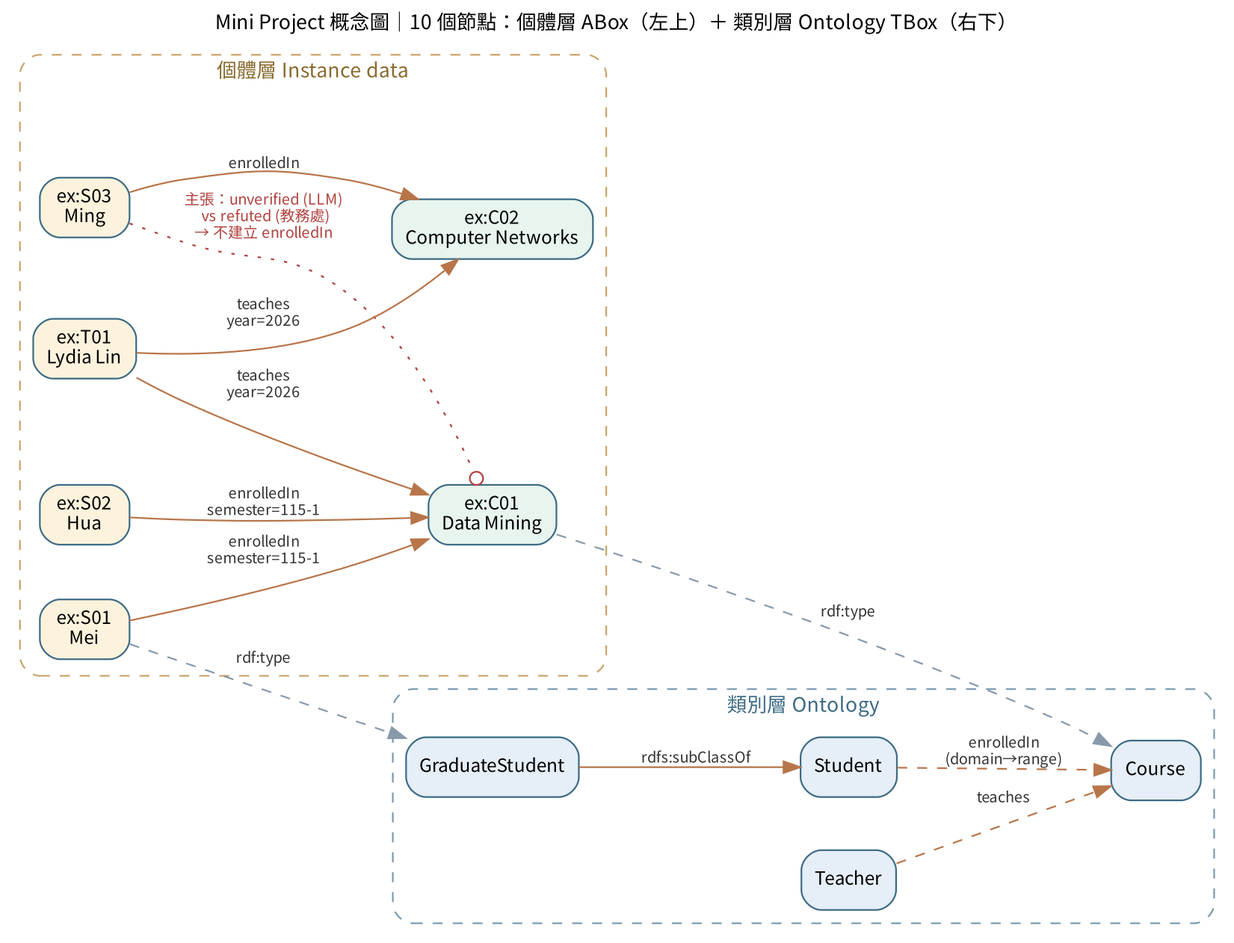
Before: out/concept_map.png, a diagram exported from Graphviz (Lydia-HML/kg-mini-project). Its source is kept beside it as concept_map.dot.
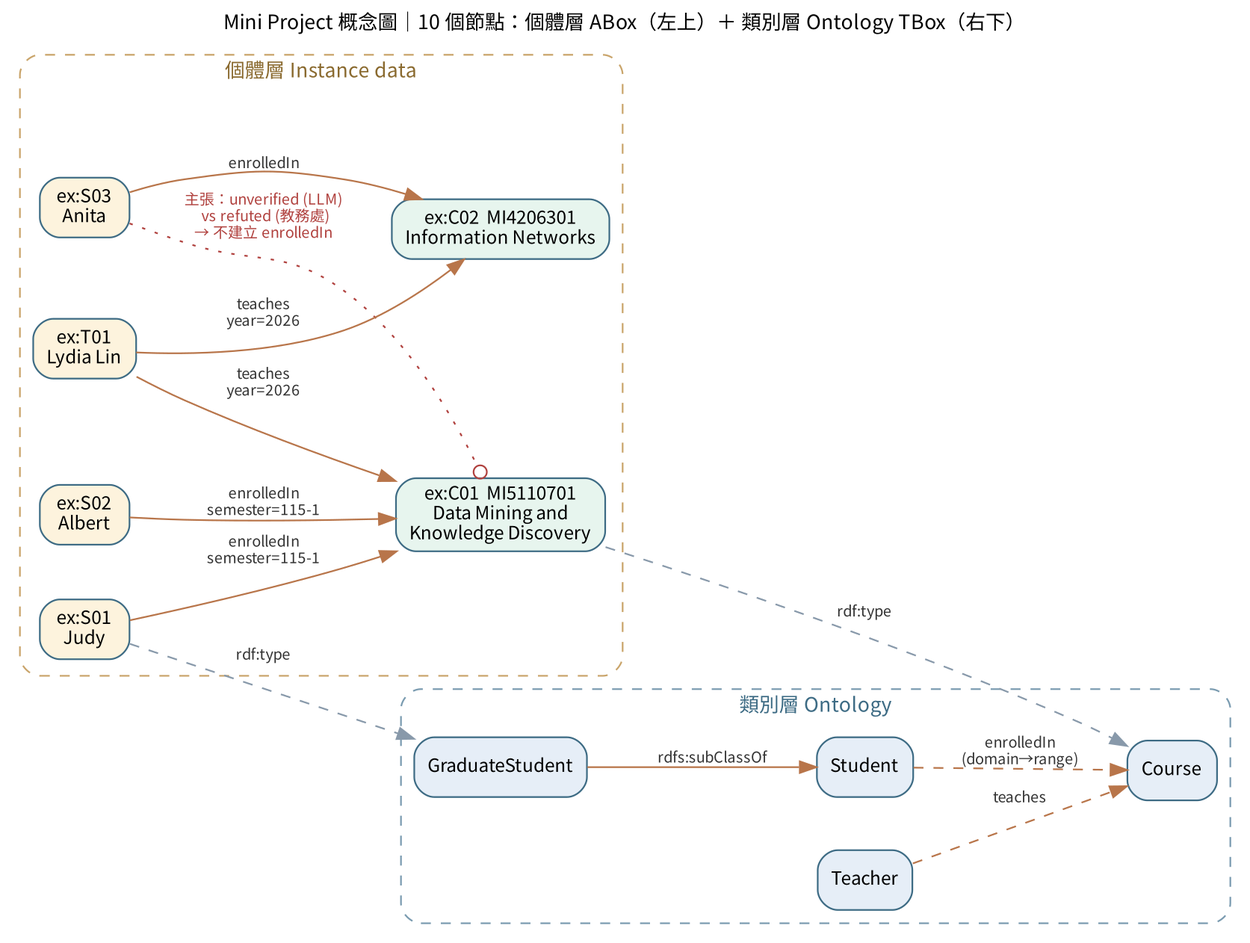
The same file after the commit.

Diff of the diagram source:
```diff
@@ -17,11 +17,11 @@
 
   subgraph cluster_abox {
     label="個體層 Instance data"; style="rounded,dashed"; color="#c9a46a"; fontcolor="#8a6a2f";
-    S01 [label="ex:S01\nMei", fillcolor="#fdf3dd"];
-    S02 [label="ex:S02\nHua", fillcolor="#fdf3dd"];
-    S03 [label="ex:S03\nMing", fillcolor="#fdf3dd"];
-    C01 [label="ex:C01\nData Mining", fillcolor="#e7f5ee"];
-    C02 [label="ex:C02\nComputer Networks", fillcolor="#e7f5ee"];
+    S01 [label="ex:S01\nJudy", fillcolor="#fdf3dd"];
+    S02 [label="ex:S02\nAlbert", fillcolor="#fdf3dd"];
+    S03 [label="ex:S03\nAnita", fillcolor="#fdf3dd"];
+    C01 [label="ex:C01  MI5110701\nData Mining and\nKnowledge Discovery", fillcolor="#e7f5ee"];
+    C02 [label="ex:C02  MI4206301\nInformation Networks", fillcolor="#e7f5ee"];
     T01 [label="ex:T01\nLydia Lin", fillcolor="#fdf3dd"];
     S01 -> C01 [label="enrolledIn\nsemester=115-1"];
     S02 -> C01 [label="enrolledIn\nsemester=115-1"];
```
